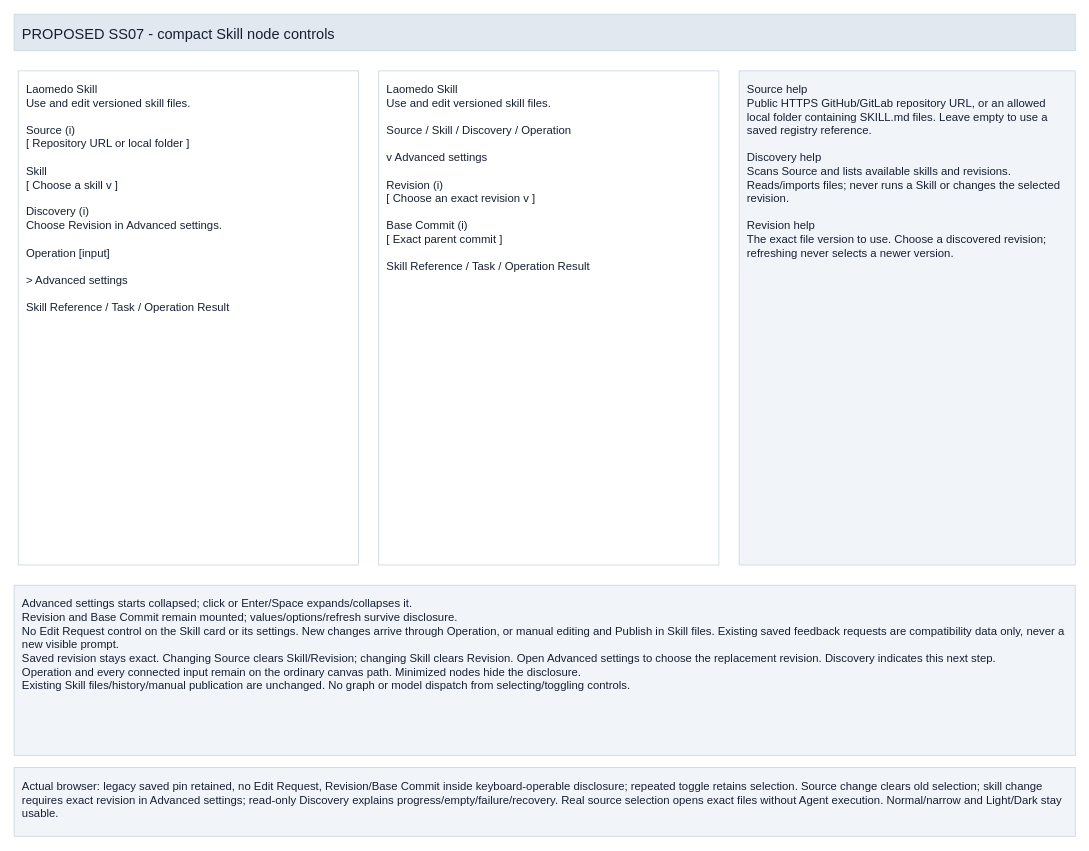
The draw.io diagram page "SS07 Compact Skill node settings" (2 of 2) of projects/laomedo/subsystems/skill-registry/design/skill-source-selection.drawio in amadou-6e/specs, before the edit. Source tidied: cells renumbered, new cells numbered last; positions are measured from the earlier drawing's top-left corner, leaving out a move shared by most shapes. Both pictures are drawn from the tidied source at 81%, with x=0, y=0 at pixel (14, 14).
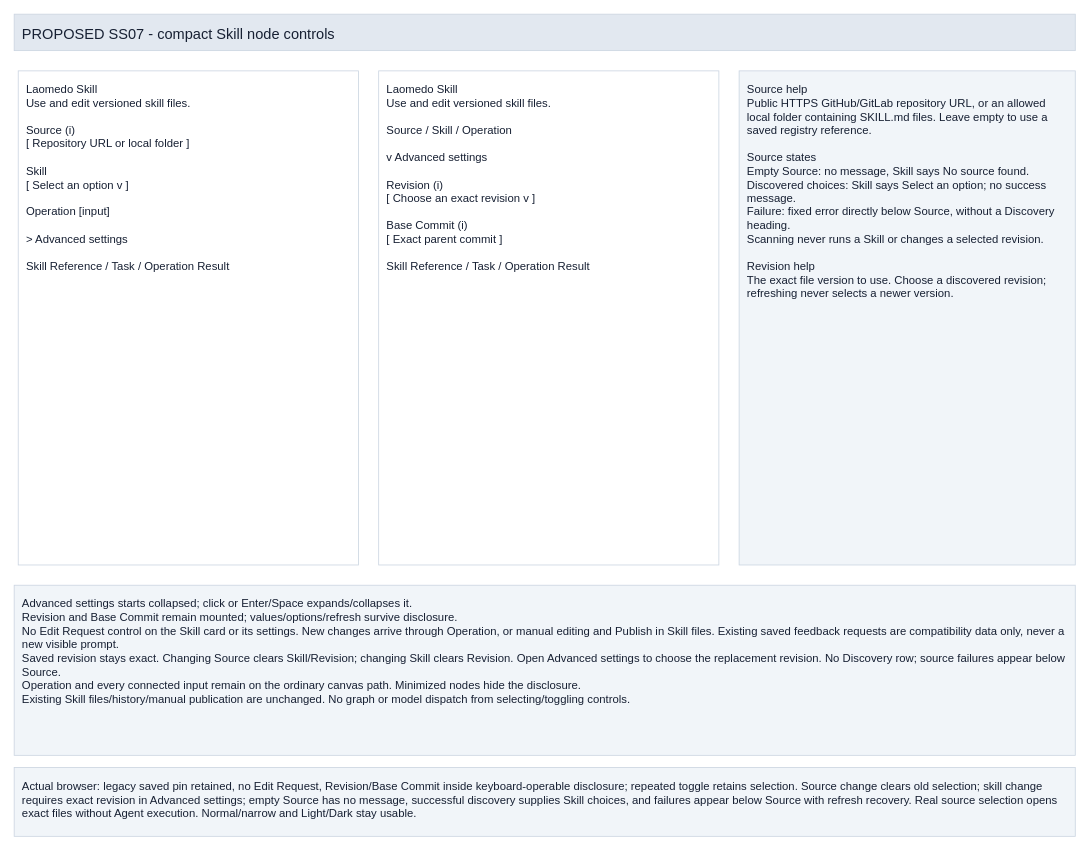
The same diagram, later.

Commit message (it also covers changes not shown here):
Specify inline Skill source failures and selector placeholders

The edit, as a diff of the source:
```diff
@@
 <mxGraphModel>
   <root>
     <mxCell id="0" />
     <mxCell id="1" parent="0" />
     <mxCell id="2" value="PROPOSED SS07 - compact Skill node controls" style="rounded=0;whiteSpace=wrap;html=0;fillColor=#e2e8f0;strokeColor=#cbd5e1;fontColor=#172033;fontSize=18;fontFamily=Arial;align=left;verticalAlign=top;spacing=10;" parent="1" vertex="1">
       <mxGeometry width="1310" height="45" as="geometry" />
     </mxCell>
-    <mxCell id="3" value="Laomedo Skill&#10;Use and edit versioned skill files.&#10;&#10;Source                              (i)&#10;[ Repository URL or local folder ]&#10;&#10;Skill&#10;[ Choose a skill                        v ]&#10;&#10;Discovery                           (i)&#10;Choose Revision in Advanced settings.&#10;&#10;Operation                         [input]&#10;&#10;&gt; Advanced settings&#10;&#10;Skill Reference / Task / Operation Result" style="rounded=0;whiteSpace=wrap;html=0;fillColor=#ffffff;strokeColor=#cbd5e1;fontColor=#172033;fontSize=14;fontFamily=Arial;align=left;verticalAlign=top;spacing=10;" parent="1" vertex="1">
+    <mxCell id="3" value="Laomedo Skill&#10;Use and edit versioned skill files.&#10;&#10;Source                              (i)&#10;[ Repository URL or local folder ]&#10;&#10;Skill&#10;[ Select an option                       v ]&#10;&#10;Operation                         [input]&#10;&#10;&gt; Advanced settings&#10;&#10;Skill Reference / Task / Operation Result" style="rounded=0;whiteSpace=wrap;html=0;fillColor=#ffffff;strokeColor=#cbd5e1;fontColor=#172033;fontSize=14;fontFamily=Arial;align=left;verticalAlign=top;spacing=10;" parent="1" vertex="1">
       <mxGeometry x="5" y="70" width="420" height="610" as="geometry" />
     </mxCell>
-    <mxCell id="4" value="Laomedo Skill&#10;Use and edit versioned skill files.&#10;&#10;Source / Skill / Discovery / Operation&#10;&#10;v Advanced settings&#10;&#10;Revision                             (i)&#10;[ Choose an exact revision            v ]&#10;&#10;Base Commit                       (i)&#10;[ Exact parent commit                    ]&#10;&#10;Skill Reference / Task / Operation Result" style="rounded=0;whiteSpace=wrap;html=0;fillColor=#ffffff;strokeColor=#cbd5e1;fontColor=#172033;fontSize=14;fontFamily=Arial;align=left;verticalAlign=top;spacing=10;" parent="1" vertex="1">
+    <mxCell id="4" value="Laomedo Skill&#10;Use and edit versioned skill files.&#10;&#10;Source / Skill / Operation&#10;&#10;v Advanced settings&#10;&#10;Revision                             (i)&#10;[ Choose an exact revision            v ]&#10;&#10;Base Commit                       (i)&#10;[ Exact parent commit                    ]&#10;&#10;Skill Reference / Task / Operation Result" style="rounded=0;whiteSpace=wrap;html=0;fillColor=#ffffff;strokeColor=#cbd5e1;fontColor=#172033;fontSize=14;fontFamily=Arial;align=left;verticalAlign=top;spacing=10;" parent="1" vertex="1">
       <mxGeometry x="450" y="70" width="420" height="610" as="geometry" />
     </mxCell>
-    <mxCell id="5" value="Source help&#10;Public HTTPS GitHub/GitLab repository URL, or an allowed local folder containing SKILL.md files. Leave empty to use a saved registry reference.&#10;&#10;Discovery help&#10;Scans Source and lists available skills and revisions. Reads/imports files; never runs a Skill or changes the selected revision.&#10;&#10;Revision help&#10;The exact file version to use. Choose a discovered revision; refreshing never selects a newer version." style="rounded=0;whiteSpace=wrap;html=0;fillColor=#f1f5f9;strokeColor=#cbd5e1;fontColor=#172033;fontSize=14;fontFamily=Arial;align=left;verticalAlign=top;spacing=10;" parent="1" vertex="1">
+    <mxCell id="5" value="Source help&#10;Public HTTPS GitHub/GitLab repository URL, or an allowed local folder containing SKILL.md files. Leave empty to use a saved registry reference.&#10;&#10;Source states&#10;Empty Source: no message, Skill says No source found.&#10;Discovered choices: Skill says Select an option; no success message.&#10;Failure: fixed error directly below Source, without a Discovery heading.&#10;Scanning never runs a Skill or changes a selected revision.&#10;&#10;Revision help&#10;The exact file version to use. Choose a discovered revision; refreshing never selects a newer version." style="rounded=0;whiteSpace=wrap;html=0;fillColor=#f1f5f9;strokeColor=#cbd5e1;fontColor=#172033;fontSize=14;fontFamily=Arial;align=left;verticalAlign=top;spacing=10;" parent="1" vertex="1">
       <mxGeometry x="895" y="70" width="415" height="610" as="geometry" />
     </mxCell>
-    <mxCell id="6" value="Advanced settings starts collapsed; click or Enter/Space expands/collapses it.&#10;Revision and Base Commit remain mounted; values/options/refresh survive disclosure.&#10;No Edit Request control on the Skill card or its settings. New changes arrive through Operation, or manual editing and Publish in Skill files. Existing saved feedback requests are compatibility data only, never a new visible prompt.&#10;Saved revision stays exact. Changing Source clears Skill/Revision; changing Skill clears Revision. Open Advanced settings to choose the replacement revision. Discovery indicates this next step.&#10;Operation and every connected input remain on the ordinary canvas path. Minimized nodes hide the disclosure.&#10;Existing Skill files/history/manual publication are unchanged. No graph or model dispatch from selecting/toggling controls." style="rounded=0;whiteSpace=wrap;html=0;fillColor=#f1f5f9;strokeColor=#cbd5e1;fontColor=#172033;fontSize=14;fontFamily=Arial;align=left;verticalAlign=top;spacing=10;" parent="1" vertex="1">
+    <mxCell id="6" value="Advanced settings starts collapsed; click or Enter/Space expands/collapses it.&#10;Revision and Base Commit remain mounted; values/options/refresh survive disclosure.&#10;No Edit Request control on the Skill card or its settings. New changes arrive through Operation, or manual editing and Publish in Skill files. Existing saved feedback requests are compatibility data only, never a new visible prompt.&#10;Saved revision stays exact. Changing Source clears Skill/Revision; changing Skill clears Revision. Open Advanced settings to choose the replacement revision. No Discovery row; source failures appear below Source.&#10;Operation and every connected input remain on the ordinary canvas path. Minimized nodes hide the disclosure.&#10;Existing Skill files/history/manual publication are unchanged. No graph or model dispatch from selecting/toggling controls." style="rounded=0;whiteSpace=wrap;html=0;fillColor=#f1f5f9;strokeColor=#cbd5e1;fontColor=#172033;fontSize=14;fontFamily=Arial;align=left;verticalAlign=top;spacing=10;" parent="1" vertex="1">
       <mxGeometry y="705" width="1310" height="210" as="geometry" />
     </mxCell>
-    <mxCell id="7" value="Actual browser: legacy saved pin retained, no Edit Request, Revision/Base Commit inside keyboard-operable disclosure; repeated toggle retains selection. Source change clears old selection; skill change requires exact revision in Advanced settings; read-only Discovery explains progress/empty/failure/recovery. Real source selection opens exact files without Agent execution. Normal/narrow and Light/Dark stay usable." style="rounded=0;whiteSpace=wrap;html=0;fillColor=#f1f5f9;strokeColor=#cbd5e1;fontColor=#172033;fontSize=14;fontFamily=Arial;align=left;verticalAlign=top;spacing=10;" parent="1" vertex="1">
+    <mxCell id="7" value="Actual browser: legacy saved pin retained, no Edit Request, Revision/Base Commit inside keyboard-operable disclosure; repeated toggle retains selection. Source change clears old selection; skill change requires exact revision in Advanced settings; empty Source has no message, successful discovery supplies Skill choices, and failures appear below Source with refresh recovery. Real source selection opens exact files without Agent execution. Normal/narrow and Light/Dark stay usable." style="rounded=0;whiteSpace=wrap;html=0;fillColor=#f1f5f9;strokeColor=#cbd5e1;fontColor=#172033;fontSize=14;fontFamily=Arial;align=left;verticalAlign=top;spacing=10;" parent="1" vertex="1">
       <mxGeometry y="930" width="1310" height="85" as="geometry" />
     </mxCell>
   </root>
 </mxGraphModel>
```
